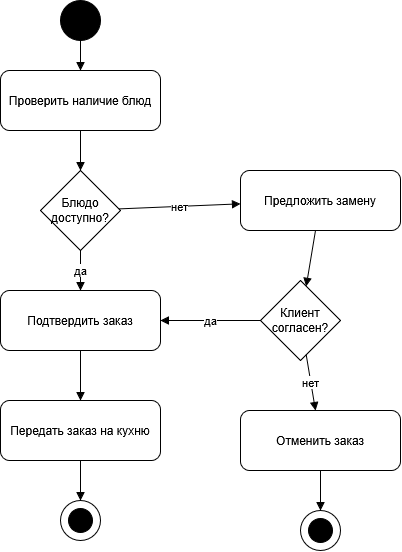
ssaikk25/visual-programming-labs-Korol keeps this draw.io diagram as lab1/diagrams/activity-uml.png. Above is the earlier version. Source tidied: cells renumbered, new cells last; positions are measured from the earlier drawing's top-left corner, leaving out a move shared by most shapes. Its diagram source:
```xml
<mxGraphModel>
  <root>
    <mxCell id="0" />
    <mxCell id="1" parent="0" />
    <mxCell id="2" style="ellipse;whiteSpace=wrap;html=1;fillColor=#000000;strokeColor=#000000;" parent="1" vertex="1">
      <mxGeometry x="60" width="40" height="40" as="geometry" />
    </mxCell>
    <mxCell id="3" value="Проверить наличие блюд" style="rounded=1;whiteSpace=wrap;html=1;" parent="1" vertex="1">
      <mxGeometry y="70" width="160" height="60" as="geometry" />
    </mxCell>
    <mxCell id="4" value="Блюдо доступно?" style="rhombus;whiteSpace=wrap;html=1;" parent="1" vertex="1">
      <mxGeometry x="40" y="170" width="80" height="80" as="geometry" />
    </mxCell>
    <mxCell id="5" value="Предложить замену" style="rounded=1;whiteSpace=wrap;html=1;" parent="1" vertex="1">
      <mxGeometry x="240" y="170" width="160" height="60" as="geometry" />
    </mxCell>
    <mxCell id="6" value="Клиент согласен?" style="rhombus;whiteSpace=wrap;html=1;" parent="1" vertex="1">
      <mxGeometry x="260" y="280" width="80" height="80" as="geometry" />
    </mxCell>
    <mxCell id="7" value="Подтвердить заказ" style="rounded=1;whiteSpace=wrap;html=1;" parent="1" vertex="1">
      <mxGeometry y="290" width="160" height="60" as="geometry" />
    </mxCell>
    <mxCell id="8" value="Отменить заказ" style="rounded=1;whiteSpace=wrap;html=1;" parent="1" vertex="1">
      <mxGeometry x="240" y="410" width="160" height="60" as="geometry" />
    </mxCell>
    <mxCell id="9" value="Передать заказ на кухню" style="rounded=1;whiteSpace=wrap;html=1;" parent="1" vertex="1">
      <mxGeometry y="400" width="160" height="60" as="geometry" />
    </mxCell>
    <mxCell id="10" style="ellipse;whiteSpace=wrap;html=1;fillColor=#FFFFFF;strokeColor=#000000;" parent="1" vertex="1">
      <mxGeometry x="60" y="500" width="40" height="40" as="geometry" />
    </mxCell>
    <mxCell id="11" style="ellipse;whiteSpace=wrap;html=1;fillColor=#000000;strokeColor=#000000;" parent="1" vertex="1">
      <mxGeometry x="68" y="508" width="24" height="24" as="geometry" />
    </mxCell>
    <mxCell id="12" style="ellipse;whiteSpace=wrap;html=1;fillColor=#FFFFFF;strokeColor=#000000;" parent="1" vertex="1">
      <mxGeometry x="300" y="510" width="40" height="40" as="geometry" />
    </mxCell>
    <mxCell id="13" style="ellipse;whiteSpace=wrap;html=1;fillColor=#000000;strokeColor=#000000;" parent="1" vertex="1">
      <mxGeometry x="308" y="518" width="24" height="24" as="geometry" />
    </mxCell>
    <mxCell id="14" style="endArrow=block;html=1;rounded=0;exitX=0.5;exitY=1;entryX=0.5;entryY=0;" parent="1" edge="1" source="2" target="3">
      <mxGeometry relative="1" as="geometry" />
    </mxCell>
    <mxCell id="15" style="endArrow=block;html=1;rounded=0;" parent="1" edge="1" source="3" target="4">
      <mxGeometry relative="1" as="geometry" />
    </mxCell>
    <mxCell id="16" value="да" style="endArrow=block;html=1;rounded=0;" parent="1" edge="1" source="4" target="7">
      <mxGeometry relative="1" as="geometry" />
    </mxCell>
    <mxCell id="17" value="нет" style="endArrow=block;html=1;rounded=0;" parent="1" edge="1" source="4" target="5">
      <mxGeometry relative="1" as="geometry" />
    </mxCell>
    <mxCell id="18" style="endArrow=block;html=1;rounded=0;" parent="1" edge="1" source="5" target="6">
      <mxGeometry relative="1" as="geometry" />
    </mxCell>
    <mxCell id="19" value="да" style="endArrow=block;html=1;rounded=0;" parent="1" edge="1" source="6" target="7">
      <mxGeometry relative="1" as="geometry" />
    </mxCell>
    <mxCell id="20" value="нет" style="endArrow=block;html=1;rounded=0;" parent="1" edge="1" source="6" target="8">
      <mxGeometry relative="1" as="geometry" />
    </mxCell>
    <mxCell id="21" style="endArrow=block;html=1;rounded=0;" parent="1" edge="1" source="8" target="12">
      <mxGeometry relative="1" as="geometry" />
    </mxCell>
    <mxCell id="22" style="endArrow=block;html=1;rounded=0;" parent="1" edge="1" source="7" target="9">
      <mxGeometry relative="1" as="geometry" />
    </mxCell>
    <mxCell id="23" style="endArrow=block;html=1;rounded=0;" parent="1" edge="1" source="9" target="10">
      <mxGeometry relative="1" as="geometry" />
    </mxCell>
  </root>
</mxGraphModel>
```
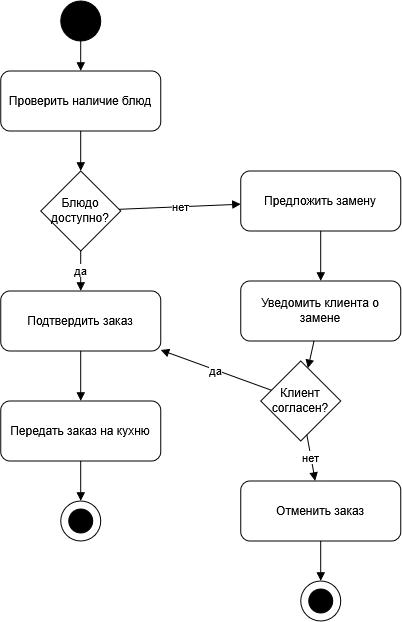
The same diagram one commit later.

Commit message:
Update UML Activity: add minor element

Change to the diagram source:
```diff
@@ -2,9 +2,9 @@
   <root>
     <mxCell id="0" />
     <mxCell id="1" parent="0" />
-    <mxCell id="2" style="ellipse;whiteSpace=wrap;html=1;fillColor=#000000;strokeColor=#000000;" parent="1" vertex="1">
-      <mxGeometry x="60" width="40" height="40" as="geometry" />
-    </mxCell>
+    <mxCell id="24" style="ellipse;whiteSpace=wrap;html=1;fillColor=#000000;strokeColor=#000000;" parent="1" vertex="1">
+      <mxGeometry x="60" width="40" height="40" as="geometry" />
+    </mxCell>
     <mxCell id="3" value="Проверить наличие блюд" style="rounded=1;whiteSpace=wrap;html=1;" parent="1" vertex="1">
       <mxGeometry y="70" width="160" height="60" as="geometry" />
     </mxCell>
@@ -14,33 +14,36 @@
     <mxCell id="5" value="Предложить замену" style="rounded=1;whiteSpace=wrap;html=1;" parent="1" vertex="1">
       <mxGeometry x="240" y="170" width="160" height="60" as="geometry" />
     </mxCell>
+    <mxCell id="25" value="Уведомить клиента о замене" style="rounded=1;whiteSpace=wrap;html=1;" parent="1" vertex="1">
+      <mxGeometry x="240" y="280" width="160" height="60" as="geometry" />
+    </mxCell>
     <mxCell id="6" value="Клиент согласен?" style="rhombus;whiteSpace=wrap;html=1;" parent="1" vertex="1">
-      <mxGeometry x="260" y="280" width="80" height="80" as="geometry" />
+      <mxGeometry x="260" y="360" width="80" height="80" as="geometry" />
     </mxCell>
     <mxCell id="7" value="Подтвердить заказ" style="rounded=1;whiteSpace=wrap;html=1;" parent="1" vertex="1">
       <mxGeometry y="290" width="160" height="60" as="geometry" />
     </mxCell>
     <mxCell id="8" value="Отменить заказ" style="rounded=1;whiteSpace=wrap;html=1;" parent="1" vertex="1">
-      <mxGeometry x="240" y="410" width="160" height="60" as="geometry" />
+      <mxGeometry x="240" y="480" width="160" height="60" as="geometry" />
     </mxCell>
     <mxCell id="9" value="Передать заказ на кухню" style="rounded=1;whiteSpace=wrap;html=1;" parent="1" vertex="1">
       <mxGeometry y="400" width="160" height="60" as="geometry" />
     </mxCell>
-    <mxCell id="10" style="ellipse;whiteSpace=wrap;html=1;fillColor=#FFFFFF;strokeColor=#000000;" parent="1" vertex="1">
-      <mxGeometry x="60" y="500" width="40" height="40" as="geometry" />
-    </mxCell>
-    <mxCell id="11" style="ellipse;whiteSpace=wrap;html=1;fillColor=#000000;strokeColor=#000000;" parent="1" vertex="1">
-      <mxGeometry x="68" y="508" width="24" height="24" as="geometry" />
-    </mxCell>
-    <mxCell id="12" style="ellipse;whiteSpace=wrap;html=1;fillColor=#FFFFFF;strokeColor=#000000;" parent="1" vertex="1">
-      <mxGeometry x="300" y="510" width="40" height="40" as="geometry" />
-    </mxCell>
-    <mxCell id="13" style="ellipse;whiteSpace=wrap;html=1;fillColor=#000000;strokeColor=#000000;" parent="1" vertex="1">
-      <mxGeometry x="308" y="518" width="24" height="24" as="geometry" />
-    </mxCell>
-    <mxCell id="14" style="endArrow=block;html=1;rounded=0;exitX=0.5;exitY=1;entryX=0.5;entryY=0;" parent="1" edge="1" source="2" target="3">
-      <mxGeometry relative="1" as="geometry" />
-    </mxCell>
+    <mxCell id="26" style="ellipse;whiteSpace=wrap;html=1;fillColor=#FFFFFF;strokeColor=#000000;" parent="1" vertex="1">
+      <mxGeometry x="60" y="500" width="40" height="40" as="geometry" />
+    </mxCell>
+    <mxCell id="27" style="ellipse;whiteSpace=wrap;html=1;fillColor=#000000;strokeColor=#000000;" parent="1" vertex="1">
+      <mxGeometry x="68" y="508" width="24" height="24" as="geometry" />
+    </mxCell>
+    <mxCell id="28" style="ellipse;whiteSpace=wrap;html=1;fillColor=#FFFFFF;strokeColor=#000000;" parent="1" vertex="1">
+      <mxGeometry x="300" y="580" width="40" height="40" as="geometry" />
+    </mxCell>
+    <mxCell id="29" style="ellipse;whiteSpace=wrap;html=1;fillColor=#000000;strokeColor=#000000;" parent="1" vertex="1">
+      <mxGeometry x="308" y="588" width="24" height="24" as="geometry" />
+    </mxCell>
+    <mxCell id="30" style="endArrow=block;html=1;rounded=0;exitX=0.5;exitY=1;entryX=0.5;entryY=0;" parent="1" edge="1" source="24" target="3">
+      <mxGeometry relative="1" as="geometry" />
+    </mxCell>
     <mxCell id="15" style="endArrow=block;html=1;rounded=0;" parent="1" edge="1" source="3" target="4">
       <mxGeometry relative="1" as="geometry" />
     </mxCell>
@@ -50,23 +53,26 @@
     <mxCell id="17" value="нет" style="endArrow=block;html=1;rounded=0;" parent="1" edge="1" source="4" target="5">
       <mxGeometry relative="1" as="geometry" />
     </mxCell>
-    <mxCell id="18" style="endArrow=block;html=1;rounded=0;" parent="1" edge="1" source="5" target="6">
-      <mxGeometry relative="1" as="geometry" />
-    </mxCell>
+    <mxCell id="31" style="endArrow=block;html=1;rounded=0;" parent="1" edge="1" source="5" target="25">
+      <mxGeometry relative="1" as="geometry" />
+    </mxCell>
+    <mxCell id="32" style="endArrow=block;html=1;rounded=0;" parent="1" edge="1" source="25" target="6">
+      <mxGeometry relative="1" as="geometry" />
+    </mxCell>
     <mxCell id="19" value="да" style="endArrow=block;html=1;rounded=0;" parent="1" edge="1" source="6" target="7">
       <mxGeometry relative="1" as="geometry" />
     </mxCell>
     <mxCell id="20" value="нет" style="endArrow=block;html=1;rounded=0;" parent="1" edge="1" source="6" target="8">
       <mxGeometry relative="1" as="geometry" />
     </mxCell>
-    <mxCell id="21" style="endArrow=block;html=1;rounded=0;" parent="1" edge="1" source="8" target="12">
-      <mxGeometry relative="1" as="geometry" />
-    </mxCell>
+    <mxCell id="33" style="endArrow=block;html=1;rounded=0;" parent="1" edge="1" source="8" target="28">
+      <mxGeometry relative="1" as="geometry" />
+    </mxCell>
     <mxCell id="22" style="endArrow=block;html=1;rounded=0;" parent="1" edge="1" source="7" target="9">
       <mxGeometry relative="1" as="geometry" />
     </mxCell>
-    <mxCell id="23" style="endArrow=block;html=1;rounded=0;" parent="1" edge="1" source="9" target="10">
-      <mxGeometry relative="1" as="geometry" />
-    </mxCell>
+    <mxCell id="34" style="endArrow=block;html=1;rounded=0;" parent="1" edge="1" source="9" target="26">
+      <mxGeometry relative="1" as="geometry" />
+    </mxCell>
   </root>
 </mxGraphModel>
```
